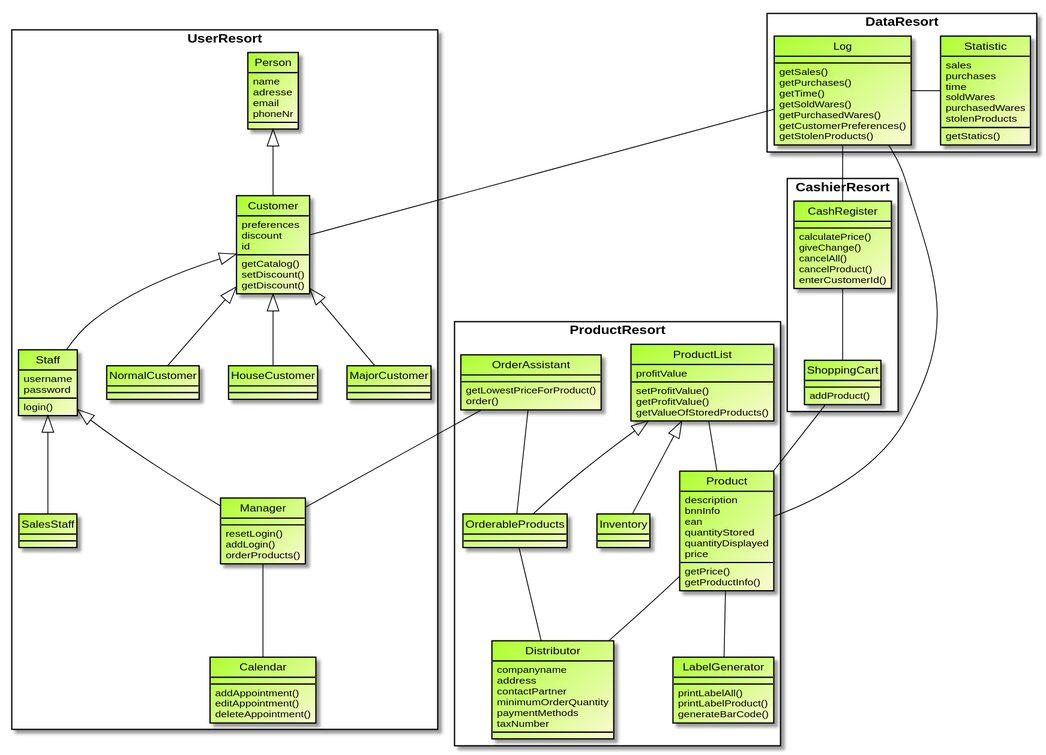
Before: src/main/asciidoc/models/analysis/ClassAnalysisDiagram.svg, a diagram exported from PlantUML (LimitlessGreen/swt18w43).
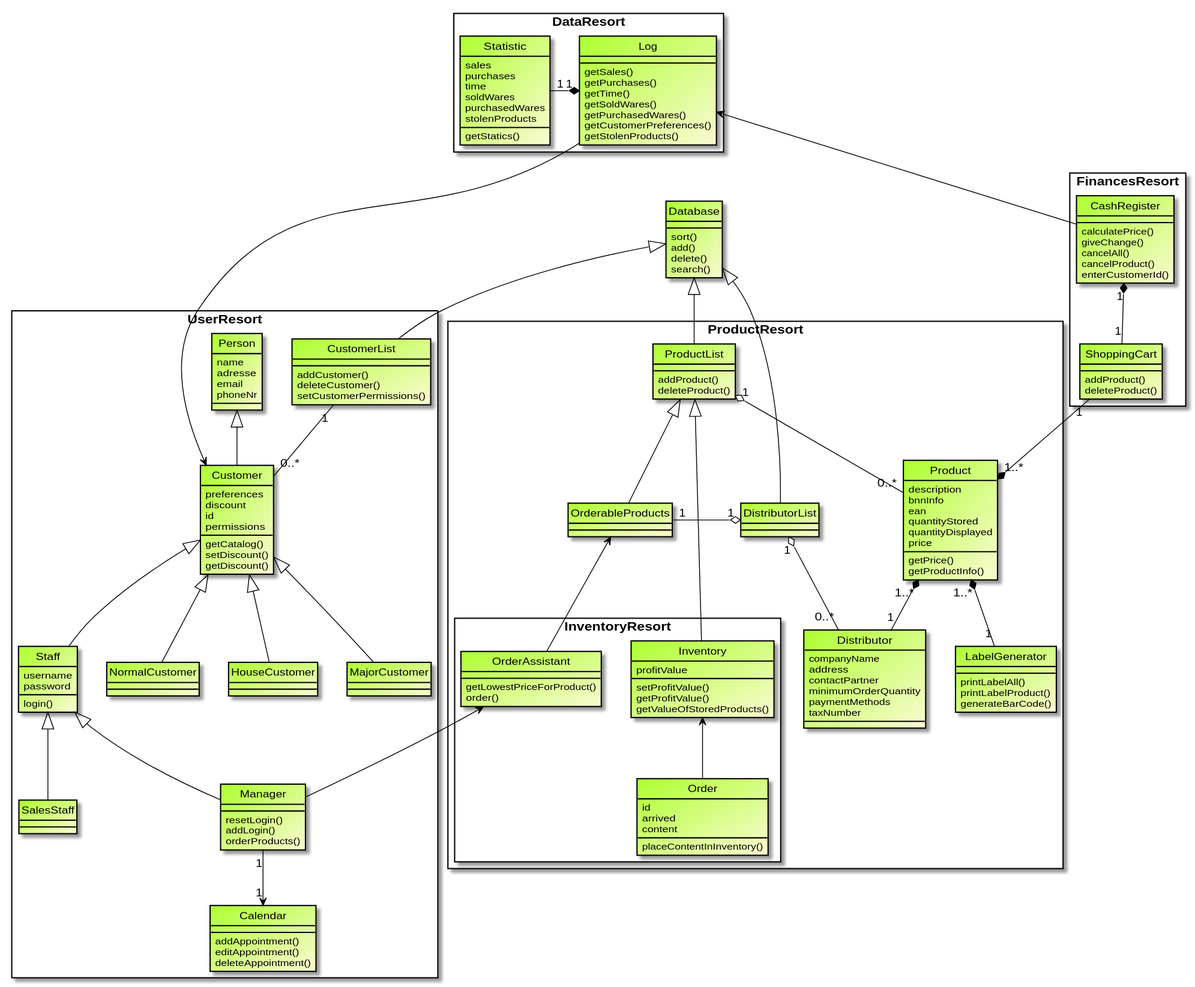
The same diagram one commit later.

Commit message:
[improved] ClassAnalysisDiagram

Diff of the diagram source:
```diff
@@ -7,7 +7,20 @@
     ArrowColor  Black
 }
 
+class Database{
+    sort()
+    add()
+    delete()
+    search()
+}
+
 rectangle UserResort {
+
+class CustomerList{
+    addCustomer()
+    deleteCustomer()
+    setCustomerPermissions()
+}
 
 class Person{
     name
@@ -21,6 +34,7 @@
     preferences
     discount
     id
+    permissions
     getCatalog()
     setDiscount()
     getDiscount()
@@ -52,7 +66,9 @@
     login()
 }
 
-Manager -- Calendar
+Manager "1" --> "1" Calendar
+CustomerList "1" -- "0..*" Customer
+Database ^-- CustomerList
 
 }
 
@@ -91,14 +107,11 @@
     }
 
     class ProductList{
-        profitValue
-
-        setProfitValue()
-        getProfitValue()
-        getValueOfStoredProducts()
+        addProduct()
+        deleteProduct()
     }
 
-    class Inventory {
+    class DistributorList{
 
     }
 
@@ -113,7 +126,7 @@
     }
 
     class Distributor{
-        companyname
+        companyName
         address
         contactPartner
         minimumOrderQuantity
@@ -121,23 +134,50 @@
         taxNumber
     }
 
-    OrderableProducts -- Distributor
+    OrderableProducts "1" -left-o "1" DistributorList
+    DistributorList "1" o-- "0..*" Distributor
 
-    class OrderAssistant{
-        getLowestPriceForProduct()
-        order()
-    }
-
-    OrderAssistant -- Manager
-    OrderAssistant -- OrderableProducts
+    Database ^-- DistributorList
 
 
-    ProductList -- Product
-    Product -- LabelGenerator
+
+
+    ProductList -up-^ Database
+    ProductList "1" o-- "0..*" Product
+    Product "1..*" *-- "1" LabelGenerator
     ProductList ^-- OrderableProducts
-    ProductList ^-- Inventory
-    Product -- Distributor
 
+    Product "1..*" *-- "1" Distributor
+
+    rectangle InventoryResort{
+
+        class Order{
+            id
+            arrived
+            content
+
+            placeContentInInventory()
+        }
+
+        class OrderAssistant{
+            getLowestPriceForProduct()
+            order()
+        }
+
+        class Inventory {
+            profitValue
+
+            setProfitValue()
+            getProfitValue()
+            getValueOfStoredProducts()
+        }
+
+        Order -up-> Inventory
+        OrderableProducts <-- OrderAssistant
+        ProductList ^-- Inventory
+        OrderAssistant <-- Manager
+
+    }
 
 }
 
@@ -164,16 +204,15 @@
         getStolenProducts()
     }
 
-    Log -right- Statistic
+    Log "1" *-left- "1" Statistic
 
 
-    Log -right- Customer
+    Log -right-> Customer
 
-    Log -- Product
 
 }
 
-rectangle CashierResort {
+rectangle FinancesResort {
     class CashRegister{
         calculatePrice()
         giveChange()
@@ -185,14 +224,19 @@
 
 
 
+
     class ShoppingCart{
         addProduct()
+        deleteProduct()
     }
-    Log -- CashRegister
 
-    CashRegister -down- ShoppingCart
-    ShoppingCart -- Product
+    Log <-- CashRegister
+
+    CashRegister "1" *-down- "1" ShoppingCart
+    ShoppingCart "1" --* "1..*" Product
+
 
 
 }
+
 @enduml
```
